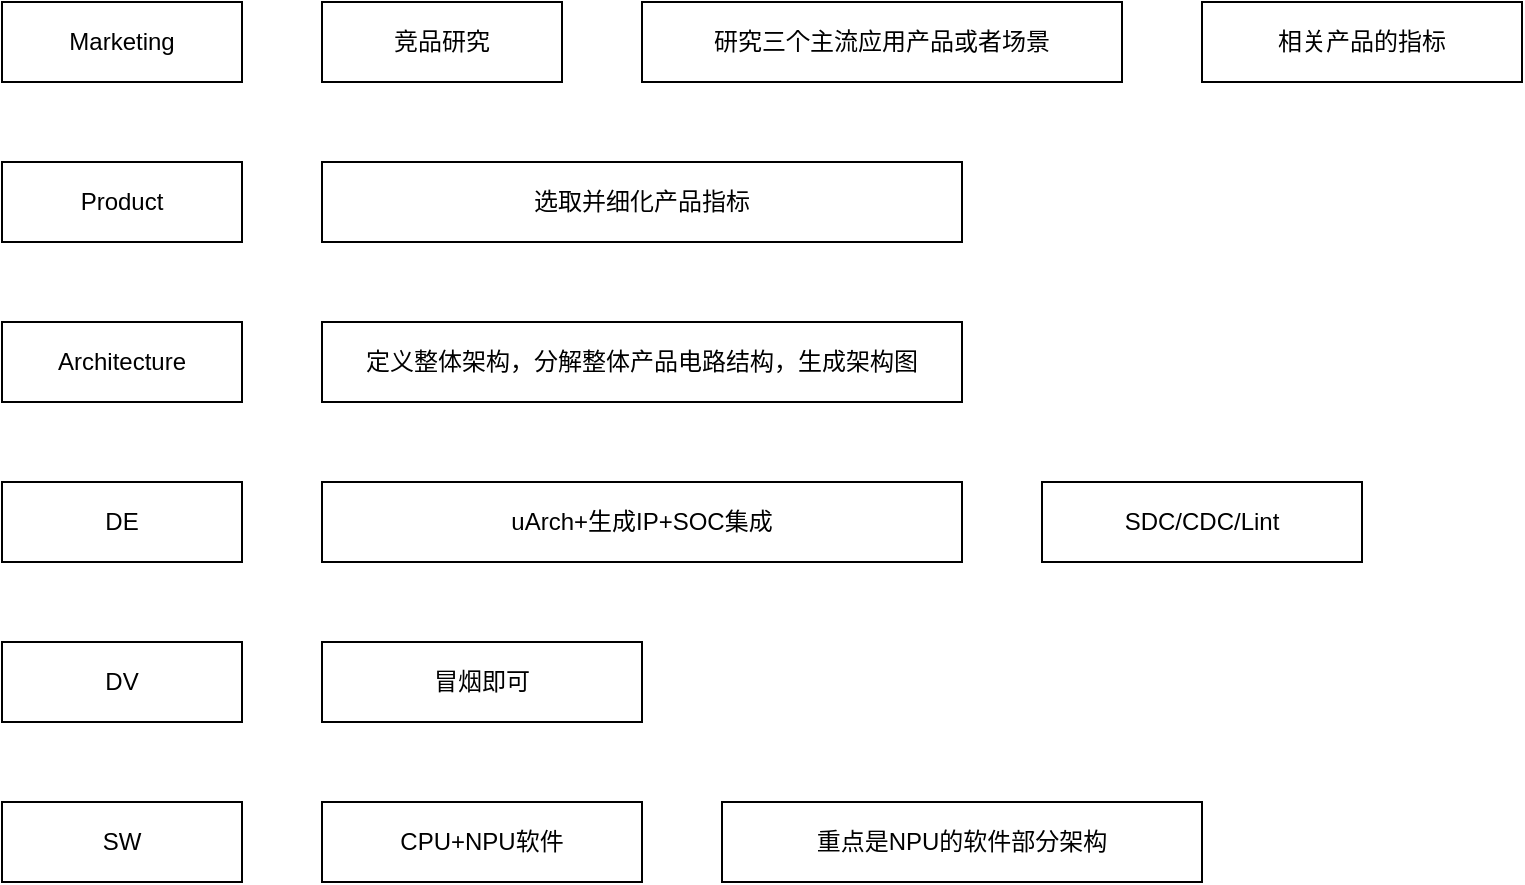
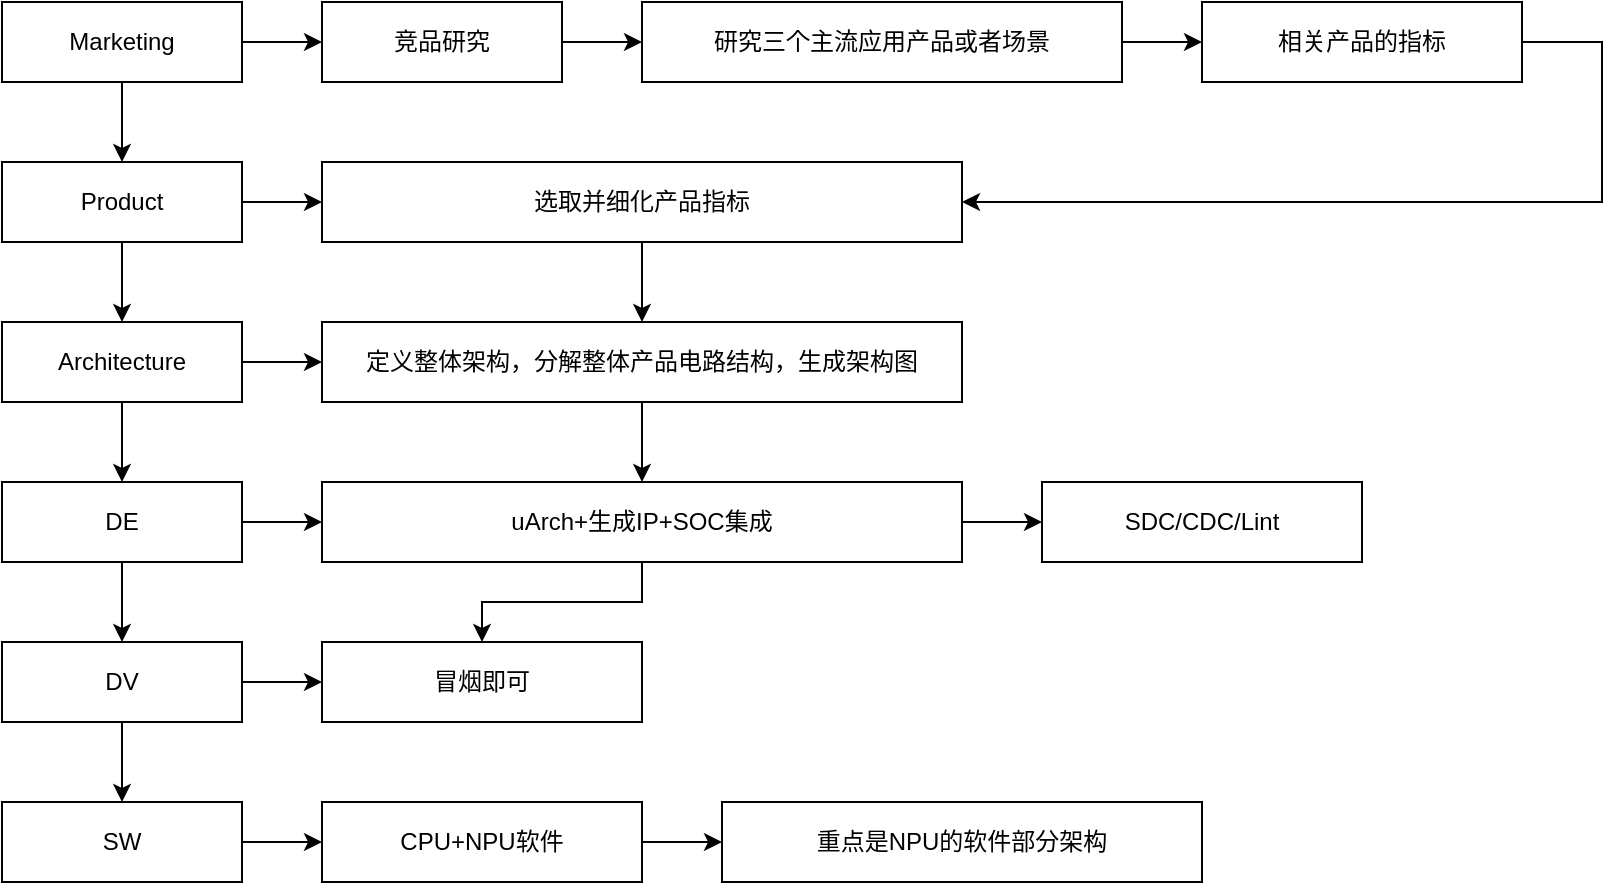
<mxfile host="app.diagrams.net">
  <diagram name="第 1 页" id="9lt6pKXcOXOacjMz8fyF">
    <mxGraphModel dx="1406" dy="754" grid="1" gridSize="10" guides="1" tooltips="1" connect="1" arrows="1" fold="1" page="1" pageScale="1" pageWidth="1169" pageHeight="827" math="0" shadow="0">
      <root>
        <mxCell id="0" />
        <mxCell id="1" parent="0" />
+         <mxCell id="i4-VJNzEnyivnLVhnoJc-17" edge="1" parent="1" source="i4-VJNzEnyivnLVhnoJc-1" style="edgeStyle=orthogonalEdgeStyle;rounded=0;orthogonalLoop=1;jettySize=auto;html=1;" target="i4-VJNzEnyivnLVhnoJc-2" value="">
+           <mxGeometry relative="1" as="geometry" />
+         </mxCell>
+         <mxCell id="i4-VJNzEnyivnLVhnoJc-22" edge="1" parent="1" source="i4-VJNzEnyivnLVhnoJc-1" style="edgeStyle=orthogonalEdgeStyle;rounded=0;orthogonalLoop=1;jettySize=auto;html=1;" target="i4-VJNzEnyivnLVhnoJc-3" value="">
+           <mxGeometry relative="1" as="geometry" />
+         </mxCell>
        <mxCell id="i4-VJNzEnyivnLVhnoJc-1" parent="1" style="rounded=0;whiteSpace=wrap;html=1;" value="Marketing" vertex="1">
          <mxGeometry height="40" width="120" x="120" y="80" as="geometry" />
+         </mxCell>
+         <mxCell id="i4-VJNzEnyivnLVhnoJc-18" edge="1" parent="1" source="i4-VJNzEnyivnLVhnoJc-2" style="edgeStyle=orthogonalEdgeStyle;rounded=0;orthogonalLoop=1;jettySize=auto;html=1;" target="i4-VJNzEnyivnLVhnoJc-7" value="">
+           <mxGeometry relative="1" as="geometry" />
+         </mxCell>
+         <mxCell id="i4-VJNzEnyivnLVhnoJc-27" edge="1" parent="1" source="i4-VJNzEnyivnLVhnoJc-2" style="edgeStyle=orthogonalEdgeStyle;rounded=0;orthogonalLoop=1;jettySize=auto;html=1;" target="i4-VJNzEnyivnLVhnoJc-6" value="">
+           <mxGeometry relative="1" as="geometry" />
        </mxCell>
        <mxCell id="i4-VJNzEnyivnLVhnoJc-2" parent="1" style="rounded=0;whiteSpace=wrap;html=1;" value="Product" vertex="1">
          <mxGeometry height="40" width="120" x="120" y="160" as="geometry" />
        </mxCell>
+         <mxCell id="i4-VJNzEnyivnLVhnoJc-23" edge="1" parent="1" source="i4-VJNzEnyivnLVhnoJc-3" style="edgeStyle=orthogonalEdgeStyle;rounded=0;orthogonalLoop=1;jettySize=auto;html=1;" target="i4-VJNzEnyivnLVhnoJc-4" value="">
+           <mxGeometry relative="1" as="geometry" />
+         </mxCell>
        <mxCell id="i4-VJNzEnyivnLVhnoJc-3" parent="1" style="rounded=0;whiteSpace=wrap;html=1;" value="竞品研究" vertex="1">
          <mxGeometry height="40" width="120" x="280" y="80" as="geometry" />
+         </mxCell>
+         <mxCell id="i4-VJNzEnyivnLVhnoJc-25" edge="1" parent="1" source="i4-VJNzEnyivnLVhnoJc-4" style="edgeStyle=orthogonalEdgeStyle;rounded=0;orthogonalLoop=1;jettySize=auto;html=1;" target="i4-VJNzEnyivnLVhnoJc-5" value="">
+           <mxGeometry relative="1" as="geometry" />
        </mxCell>
        <mxCell id="i4-VJNzEnyivnLVhnoJc-4" parent="1" style="rounded=0;whiteSpace=wrap;html=1;" value="研究三个主流应用产品或者场景" vertex="1">
          <mxGeometry height="40" width="240" x="440" y="80" as="geometry" />
        </mxCell>
+         <mxCell id="i4-VJNzEnyivnLVhnoJc-26" edge="1" parent="1" source="i4-VJNzEnyivnLVhnoJc-5" style="edgeStyle=orthogonalEdgeStyle;rounded=0;orthogonalLoop=1;jettySize=auto;html=1;entryX=1;entryY=0.5;entryDx=0;entryDy=0;" target="i4-VJNzEnyivnLVhnoJc-6">
+           <mxGeometry relative="1" as="geometry">
+             <Array as="points">
+               <mxPoint x="920" y="100" />
+               <mxPoint x="920" y="180" />
+             </Array>
+           </mxGeometry>
+         </mxCell>
        <mxCell id="i4-VJNzEnyivnLVhnoJc-5" parent="1" style="rounded=0;whiteSpace=wrap;html=1;" value="相关产品的指标" vertex="1">
          <mxGeometry height="40" width="160" x="720" y="80" as="geometry" />
+         </mxCell>
+         <mxCell id="i4-VJNzEnyivnLVhnoJc-28" edge="1" parent="1" source="i4-VJNzEnyivnLVhnoJc-6" style="edgeStyle=orthogonalEdgeStyle;rounded=0;orthogonalLoop=1;jettySize=auto;html=1;" target="i4-VJNzEnyivnLVhnoJc-8" value="">
+           <mxGeometry relative="1" as="geometry" />
        </mxCell>
        <mxCell id="i4-VJNzEnyivnLVhnoJc-6" parent="1" style="rounded=0;whiteSpace=wrap;html=1;" value="选取并细化产品指标" vertex="1">
          <mxGeometry height="40" width="320" x="280" y="160" as="geometry" />
        </mxCell>
+         <mxCell id="i4-VJNzEnyivnLVhnoJc-19" edge="1" parent="1" source="i4-VJNzEnyivnLVhnoJc-7" style="edgeStyle=orthogonalEdgeStyle;rounded=0;orthogonalLoop=1;jettySize=auto;html=1;" target="i4-VJNzEnyivnLVhnoJc-9" value="">
+           <mxGeometry relative="1" as="geometry" />
+         </mxCell>
+         <mxCell id="i4-VJNzEnyivnLVhnoJc-30" edge="1" parent="1" source="i4-VJNzEnyivnLVhnoJc-7" style="edgeStyle=orthogonalEdgeStyle;rounded=0;orthogonalLoop=1;jettySize=auto;html=1;" target="i4-VJNzEnyivnLVhnoJc-8" value="">
+           <mxGeometry relative="1" as="geometry" />
+         </mxCell>
        <mxCell id="i4-VJNzEnyivnLVhnoJc-7" parent="1" style="rounded=0;whiteSpace=wrap;html=1;" value="Architecture" vertex="1">
          <mxGeometry height="40" width="120" x="120" y="240" as="geometry" />
+         </mxCell>
+         <mxCell id="i4-VJNzEnyivnLVhnoJc-29" edge="1" parent="1" source="i4-VJNzEnyivnLVhnoJc-8" style="edgeStyle=orthogonalEdgeStyle;rounded=0;orthogonalLoop=1;jettySize=auto;html=1;" target="i4-VJNzEnyivnLVhnoJc-10" value="">
+           <mxGeometry relative="1" as="geometry" />
        </mxCell>
        <mxCell id="i4-VJNzEnyivnLVhnoJc-8" parent="1" style="rounded=0;whiteSpace=wrap;html=1;" value="定义整体架构，分解整体产品电路结构，生成架构图" vertex="1">
          <mxGeometry height="40" width="320" x="280" y="240" as="geometry" />
        </mxCell>
+         <mxCell id="i4-VJNzEnyivnLVhnoJc-20" edge="1" parent="1" source="i4-VJNzEnyivnLVhnoJc-9" style="edgeStyle=orthogonalEdgeStyle;rounded=0;orthogonalLoop=1;jettySize=auto;html=1;" target="i4-VJNzEnyivnLVhnoJc-11" value="">
+           <mxGeometry relative="1" as="geometry" />
+         </mxCell>
+         <mxCell id="i4-VJNzEnyivnLVhnoJc-31" edge="1" parent="1" source="i4-VJNzEnyivnLVhnoJc-9" style="edgeStyle=orthogonalEdgeStyle;rounded=0;orthogonalLoop=1;jettySize=auto;html=1;" target="i4-VJNzEnyivnLVhnoJc-10" value="">
+           <mxGeometry relative="1" as="geometry" />
+         </mxCell>
        <mxCell id="i4-VJNzEnyivnLVhnoJc-9" parent="1" style="rounded=0;whiteSpace=wrap;html=1;" value="DE" vertex="1">
          <mxGeometry height="40" width="120" x="120" y="320" as="geometry" />
        </mxCell>
+         <mxCell id="i4-VJNzEnyivnLVhnoJc-32" edge="1" parent="1" source="i4-VJNzEnyivnLVhnoJc-10" style="edgeStyle=orthogonalEdgeStyle;rounded=0;orthogonalLoop=1;jettySize=auto;html=1;" target="i4-VJNzEnyivnLVhnoJc-13" value="">
+           <mxGeometry relative="1" as="geometry" />
+         </mxCell>
+         <mxCell id="i4-VJNzEnyivnLVhnoJc-33" edge="1" parent="1" source="i4-VJNzEnyivnLVhnoJc-10" style="edgeStyle=orthogonalEdgeStyle;rounded=0;orthogonalLoop=1;jettySize=auto;html=1;" target="i4-VJNzEnyivnLVhnoJc-12" value="">
+           <mxGeometry relative="1" as="geometry" />
+         </mxCell>
        <mxCell id="i4-VJNzEnyivnLVhnoJc-10" parent="1" style="rounded=0;whiteSpace=wrap;html=1;" value="uArch+生成IP+SOC集成" vertex="1">
          <mxGeometry height="40" width="320" x="280" y="320" as="geometry" />
+         </mxCell>
+         <mxCell id="i4-VJNzEnyivnLVhnoJc-21" edge="1" parent="1" source="i4-VJNzEnyivnLVhnoJc-11" style="edgeStyle=orthogonalEdgeStyle;rounded=0;orthogonalLoop=1;jettySize=auto;html=1;" target="i4-VJNzEnyivnLVhnoJc-14" value="">
+           <mxGeometry relative="1" as="geometry" />
+         </mxCell>
+         <mxCell id="i4-VJNzEnyivnLVhnoJc-34" edge="1" parent="1" source="i4-VJNzEnyivnLVhnoJc-11" style="edgeStyle=orthogonalEdgeStyle;rounded=0;orthogonalLoop=1;jettySize=auto;html=1;" target="i4-VJNzEnyivnLVhnoJc-12" value="">
+           <mxGeometry relative="1" as="geometry" />
        </mxCell>
        <mxCell id="i4-VJNzEnyivnLVhnoJc-11" parent="1" style="rounded=0;whiteSpace=wrap;html=1;" value="DV" vertex="1">
          <mxGeometry height="40" width="120" x="120" y="400" as="geometry" />
        </mxCell>
        <mxCell id="i4-VJNzEnyivnLVhnoJc-12" parent="1" style="rounded=0;whiteSpace=wrap;html=1;" value="冒烟即可" vertex="1">
          <mxGeometry height="40" width="160" x="280" y="400" as="geometry" />
        </mxCell>
        <mxCell id="i4-VJNzEnyivnLVhnoJc-13" parent="1" style="rounded=0;whiteSpace=wrap;html=1;" value="SDC/CDC/Lint" vertex="1">
          <mxGeometry height="40" width="160" x="640" y="320" as="geometry" />
        </mxCell>
+         <mxCell id="i4-VJNzEnyivnLVhnoJc-35" edge="1" parent="1" source="i4-VJNzEnyivnLVhnoJc-14" style="edgeStyle=orthogonalEdgeStyle;rounded=0;orthogonalLoop=1;jettySize=auto;html=1;" target="i4-VJNzEnyivnLVhnoJc-15" value="">
+           <mxGeometry relative="1" as="geometry" />
+         </mxCell>
        <mxCell id="i4-VJNzEnyivnLVhnoJc-14" parent="1" style="rounded=0;whiteSpace=wrap;html=1;" value="SW" vertex="1">
          <mxGeometry height="40" width="120" x="120" y="480" as="geometry" />
+         </mxCell>
+         <mxCell id="i4-VJNzEnyivnLVhnoJc-36" edge="1" parent="1" source="i4-VJNzEnyivnLVhnoJc-15" style="edgeStyle=orthogonalEdgeStyle;rounded=0;orthogonalLoop=1;jettySize=auto;html=1;" target="i4-VJNzEnyivnLVhnoJc-16" value="">
+           <mxGeometry relative="1" as="geometry" />
        </mxCell>
        <mxCell id="i4-VJNzEnyivnLVhnoJc-15" parent="1" style="rounded=0;whiteSpace=wrap;html=1;" value="CPU+NPU软件" vertex="1">
          <mxGeometry height="40" width="160" x="280" y="480" as="geometry" />
        </mxCell>
        <mxCell id="i4-VJNzEnyivnLVhnoJc-16" parent="1" style="rounded=0;whiteSpace=wrap;html=1;" value="重点是NPU的软件部分架构" vertex="1">
          <mxGeometry height="40" width="240" x="480" y="480" as="geometry" />
        </mxCell>
      </root>
    </mxGraphModel>
  </diagram>
</mxfile>
